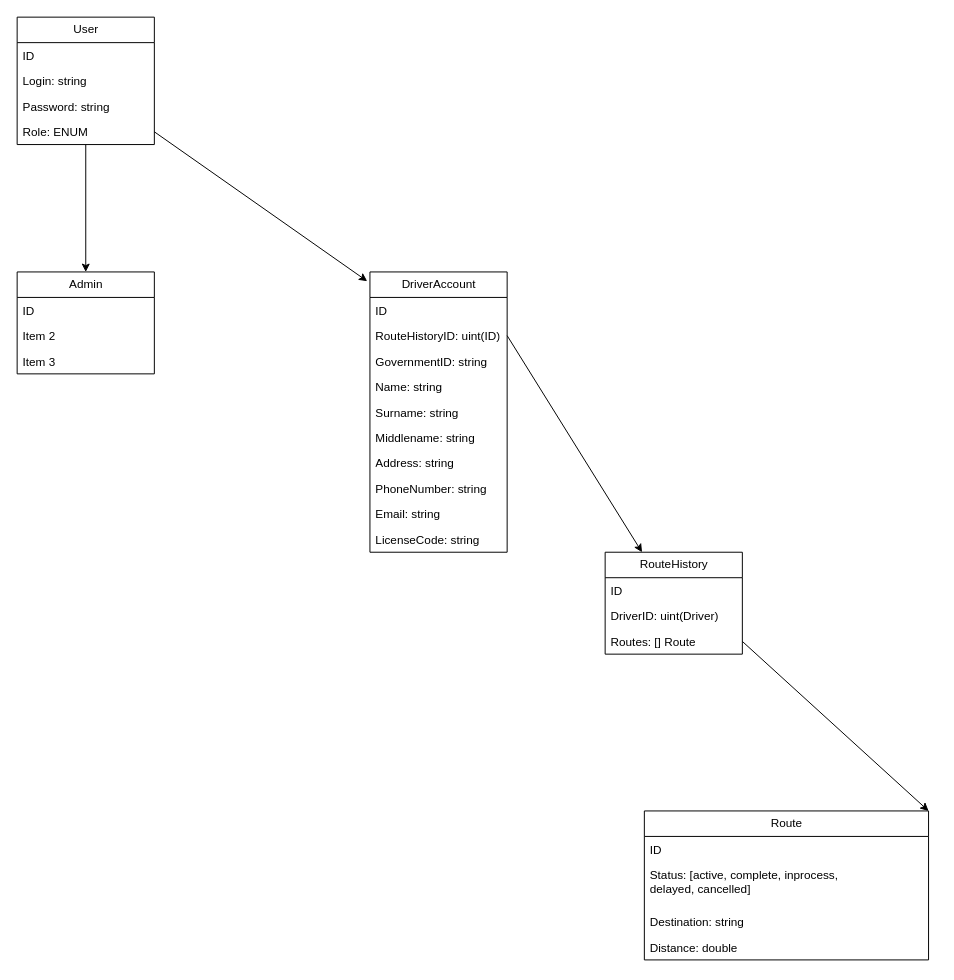
Earlier version of the draw.io diagram HelloWorldTeam.drawio (RamboXD/Vehicle-Management-System). Source tidied: cells renumbered, new cells numbered last; positions are measured from the earlier drawing's top-left corner, leaving out a move shared by most shapes. Both pictures are drawn from the tidied source at 98%, with x=0, y=0 at pixel (17, 17).
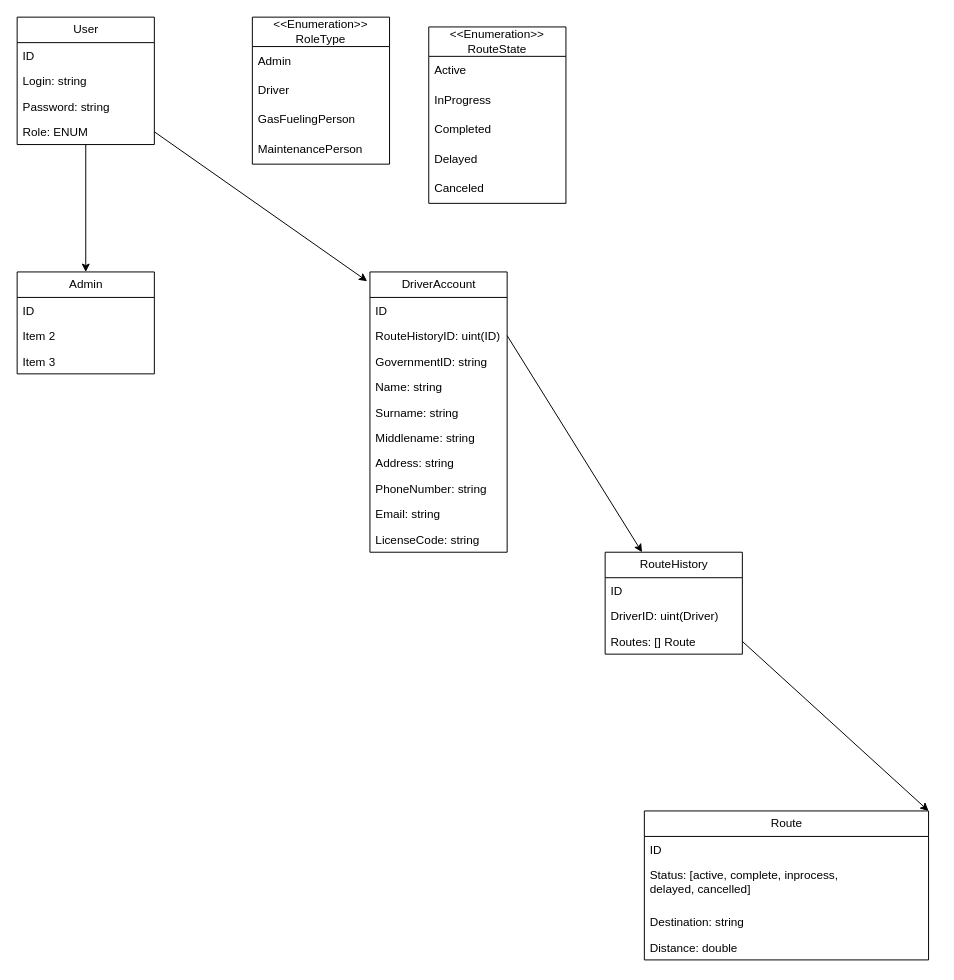
The same page after the edit.

Commit message:
Add enumeration types to UML diagram

Diff of the diagram source:
```diff
@@
+    <mxCell id="35" value="&amp;lt;&amp;lt;Enumeration&amp;gt;&amp;gt;&lt;br&gt;RoleType" style="swimlane;fontStyle=0;horizontal=1;startSize=30;whiteSpace=wrap;html=1;" parent="1" vertex="1">
+      <mxGeometry x="240" width="140" height="150" as="geometry" />
+    </mxCell>
+    <mxCell id="36" value="Admin" style="text;strokeColor=none;fillColor=none;align=left;verticalAlign=middle;spacingLeft=4;spacingRight=4;overflow=hidden;whiteSpace=wrap;html=1;" parent="35" vertex="1">
+      <mxGeometry y="30" width="140" height="30" as="geometry" />
+    </mxCell>
+    <mxCell id="37" value="Driver" style="text;strokeColor=none;fillColor=none;align=left;verticalAlign=middle;spacingLeft=4;spacingRight=4;overflow=hidden;whiteSpace=wrap;html=1;" parent="35" vertex="1">
+      <mxGeometry y="60" width="140" height="30" as="geometry" />
+    </mxCell>
+    <mxCell id="38" value="GasFuelingPerson" style="text;strokeColor=none;fillColor=none;align=left;verticalAlign=middle;spacingLeft=4;spacingRight=4;overflow=hidden;whiteSpace=wrap;html=1;" parent="35" vertex="1">
+      <mxGeometry y="90" width="140" height="30" as="geometry" />
+    </mxCell>
+    <mxCell id="39" value="MaintenancePerson" style="text;strokeColor=none;fillColor=none;align=left;verticalAlign=middle;spacingLeft=4;spacingRight=4;overflow=hidden;whiteSpace=wrap;html=1;" parent="35" vertex="1">
+      <mxGeometry y="120" width="140" height="30" as="geometry" />
+    </mxCell>
+    <mxCell id="40" value="&amp;lt;&amp;lt;Enumeration&amp;gt;&amp;gt;&lt;br&gt;RouteState" style="swimlane;fontStyle=0;horizontal=1;startSize=30;whiteSpace=wrap;html=1;" parent="1" vertex="1">
+      <mxGeometry x="420" y="10" width="140" height="180" as="geometry" />
+    </mxCell>
+    <mxCell id="41" value="Active" style="text;strokeColor=none;fillColor=none;align=left;verticalAlign=middle;spacingLeft=4;spacingRight=4;overflow=hidden;whiteSpace=wrap;html=1;" parent="40" vertex="1">
+      <mxGeometry y="30" width="140" height="30" as="geometry" />
+    </mxCell>
+    <mxCell id="42" value="InProgress" style="text;strokeColor=none;fillColor=none;align=left;verticalAlign=middle;spacingLeft=4;spacingRight=4;overflow=hidden;whiteSpace=wrap;html=1;" parent="40" vertex="1">
+      <mxGeometry y="60" width="140" height="30" as="geometry" />
+    </mxCell>
+    <mxCell id="43" value="Completed" style="text;strokeColor=none;fillColor=none;align=left;verticalAlign=middle;spacingLeft=4;spacingRight=4;overflow=hidden;whiteSpace=wrap;html=1;" parent="40" vertex="1">
+      <mxGeometry y="90" width="140" height="30" as="geometry" />
+    </mxCell>
+    <mxCell id="44" value="Delayed" style="text;strokeColor=none;fillColor=none;align=left;verticalAlign=middle;spacingLeft=4;spacingRight=4;overflow=hidden;whiteSpace=wrap;html=1;" parent="40" vertex="1">
+      <mxGeometry y="120" width="140" height="30" as="geometry" />
+    </mxCell>
+    <mxCell id="45" value="Canceled" style="text;strokeColor=none;fillColor=none;align=left;verticalAlign=middle;spacingLeft=4;spacingRight=4;overflow=hidden;whiteSpace=wrap;html=1;" parent="40" vertex="1">
+      <mxGeometry y="150" width="140" height="30" as="geometry" />
+    </mxCell>
```
